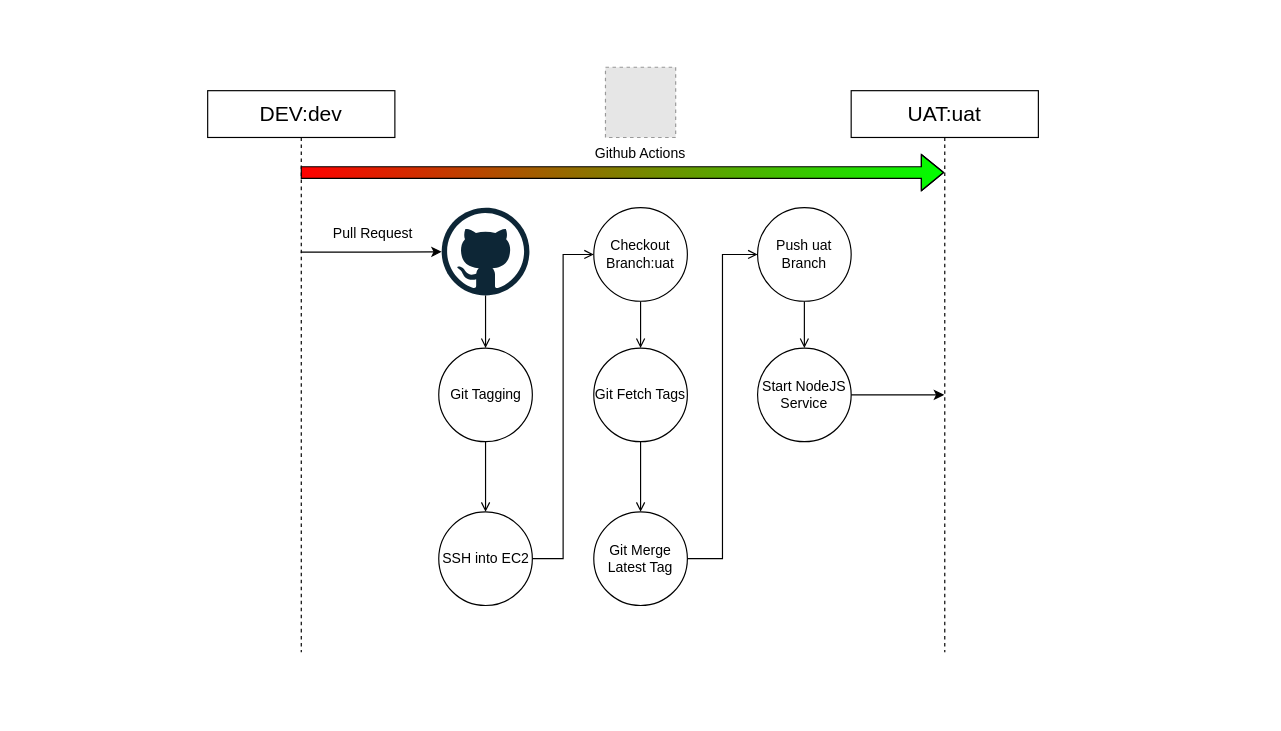
This is diagram/symbiosis-cicd.drawio from wathian/devops_playground, a draw.io file, before an edit. Source tidied: cells renumbered, new cells numbered last; positions are measured from the earlier drawing's top-left corner, leaving out a move shared by most shapes. Both pictures are drawn from the tidied source at 117%, with x=0, y=0 at pixel (207, 67). Pictures stored in the file or linked from it are replaced by grey dashed boxes.
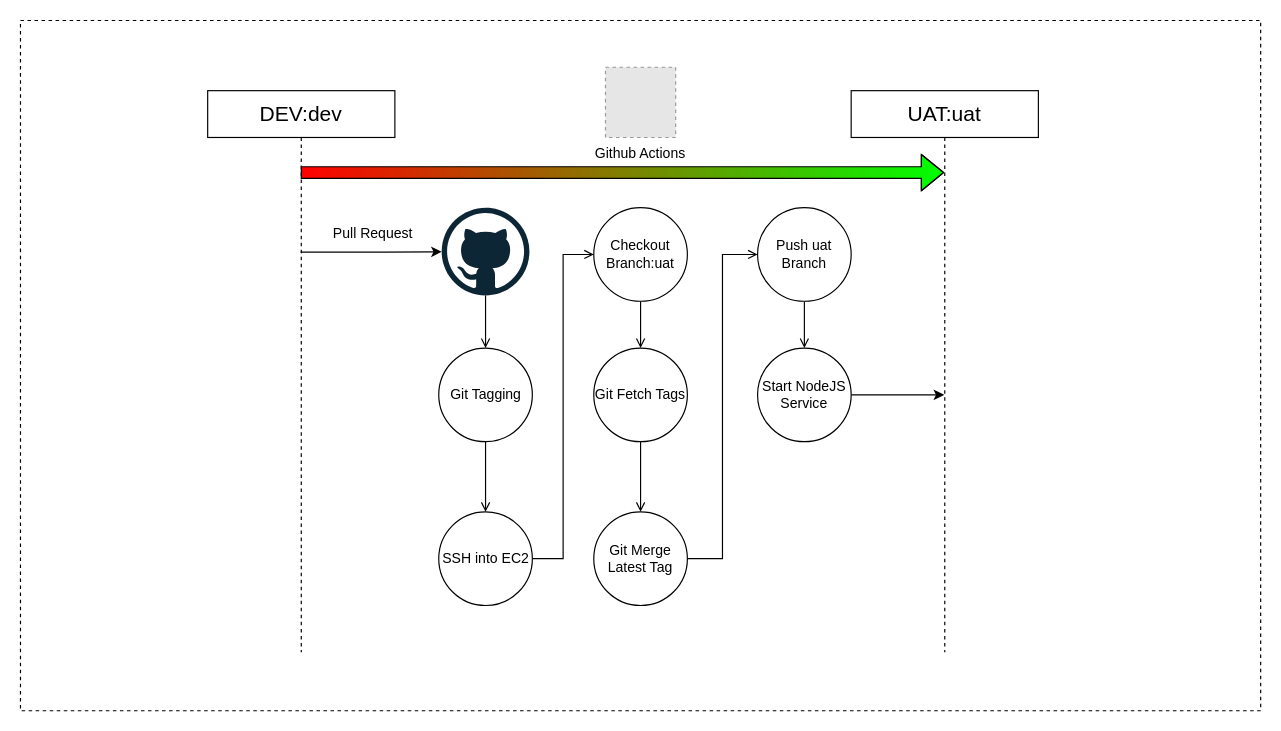
After the change.

Diff of the diagram source:
```diff
@@
+    <mxCell id="23" style="rounded=0;whiteSpace=wrap;html=1;fillColor=none;dashed=1;" parent="1" vertex="1">
+      <mxGeometry x="-160" y="-40" width="1060" height="590" as="geometry" />
+    </mxCell>
```
